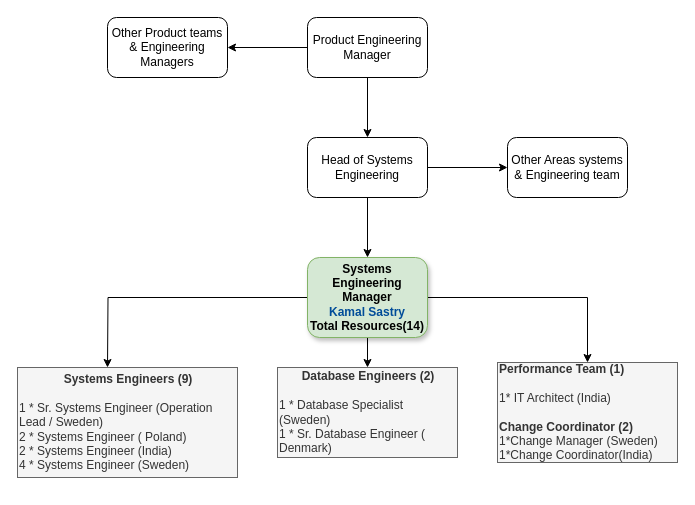
Above: Org1.drawio in chkamal2006/FlowChart (draw.io), before the change. Source tidied: cells renumbered, new cells numbered last; positions are measured from the earlier drawing's top-left corner, leaving out a move shared by most shapes. Both pictures are drawn from the tidied source at 100%, with x=0, y=0 at pixel (17, 17).
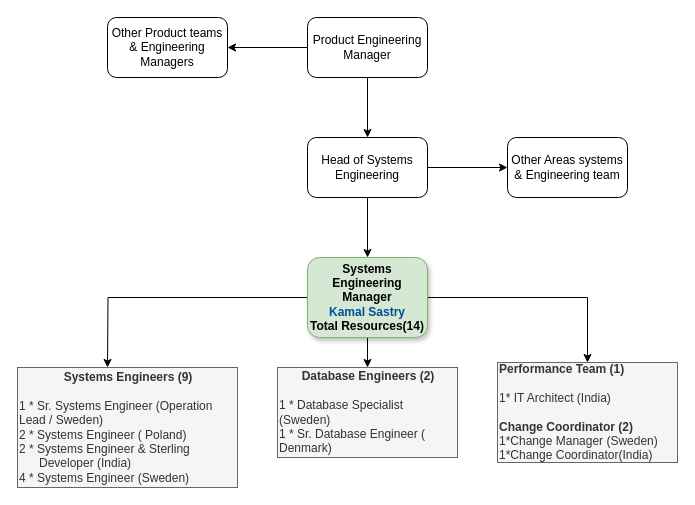
The same page after the edit.

Change to the diagram source:
```diff
@@
 <mxGraphModel>
   <root>
     <mxCell id="0" />
     <mxCell id="1" parent="0" />
     <mxCell id="2" style="edgeStyle=orthogonalEdgeStyle;rounded=0;jettySize=auto;html=1;" parent="1" edge="1" source="4" target="5">
       <mxGeometry relative="1" as="geometry" />
     </mxCell>
     <mxCell id="3" style="edgeStyle=orthogonalEdgeStyle;rounded=0;jettySize=auto;html=1;" parent="1" edge="1" source="4" target="9">
       <mxGeometry relative="1" as="geometry" />
     </mxCell>
     <mxCell id="4" value="Head of Systems Engineering" style="rounded=1;whiteSpace=wrap;html=1;" parent="1" vertex="1">
       <mxGeometry x="290" y="120" width="120" height="60" as="geometry" />
     </mxCell>
     <mxCell id="5" value="Other Areas systems &amp;amp; Engineering team" style="whiteSpace=wrap;html=1;rounded=1;" parent="1" vertex="1">
       <mxGeometry x="490" y="120" width="120" height="60" as="geometry" />
     </mxCell>
     <mxCell id="6" style="edgeStyle=orthogonalEdgeStyle;rounded=0;jettySize=auto;html=1;" parent="1" edge="1" source="9">
       <mxGeometry relative="1" as="geometry">
         <mxPoint x="90" y="350" as="targetPoint" />
       </mxGeometry>
     </mxCell>
     <mxCell id="7" style="edgeStyle=orthogonalEdgeStyle;rounded=0;jettySize=auto;html=1;" parent="1" edge="1" source="9" target="15">
       <mxGeometry relative="1" as="geometry" />
     </mxCell>
     <mxCell id="8" style="edgeStyle=orthogonalEdgeStyle;rounded=0;jettySize=auto;html=1;entryX=0.5;entryY=0;entryDx=0;entryDy=0;" parent="1" edge="1" source="9" target="16">
       <mxGeometry relative="1" as="geometry" />
     </mxCell>
     <mxCell id="9" value="&lt;b&gt;Systems Engineering Manager&lt;/b&gt;&lt;div&gt;&lt;b&gt;&lt;font color=&quot;#004c99&quot;&gt;Kamal Sastry&lt;/font&gt;&lt;/b&gt;&lt;/div&gt;&lt;div&gt;&lt;b&gt;Total Resources(14)&lt;/b&gt;&lt;/div&gt;" style="whiteSpace=wrap;html=1;rounded=1;shadow=1;fillColor=#d5e8d4;strokeColor=#82b366;" parent="1" vertex="1">
       <mxGeometry x="290" y="240" width="120" height="80" as="geometry" />
     </mxCell>
     <mxCell id="10" style="edgeStyle=orthogonalEdgeStyle;rounded=0;jettySize=auto;html=1;entryX=0.5;entryY=0;entryDx=0;entryDy=0;" parent="1" edge="1" source="12" target="4">
       <mxGeometry relative="1" as="geometry" />
     </mxCell>
     <mxCell id="11" style="edgeStyle=orthogonalEdgeStyle;rounded=0;jettySize=auto;html=1;" parent="1" edge="1" source="12" target="13">
       <mxGeometry relative="1" as="geometry" />
     </mxCell>
     <mxCell id="12" value="Product Engineering Manager" style="whiteSpace=wrap;html=1;rounded=1;" parent="1" vertex="1">
       <mxGeometry x="290" width="120" height="60" as="geometry" />
     </mxCell>
     <mxCell id="13" value="Other Product teams &amp;amp; Engineering Managers" style="whiteSpace=wrap;html=1;rounded=1;" parent="1" vertex="1">
       <mxGeometry x="90" width="120" height="60" as="geometry" />
     </mxCell>
-    <mxCell id="14" value="&lt;div style=&quot;text-align: center;&quot;&gt;&lt;b&gt;Systems Engineers (9)&lt;/b&gt;&lt;/div&gt;&lt;div style=&quot;text-align: center;&quot;&gt;&lt;b&gt;&lt;br&gt;&lt;/b&gt;&lt;/div&gt;&lt;div style=&quot;&quot;&gt;&lt;span style=&quot;background-color: initial;&quot;&gt;1 * Sr. Systems Engineer (Operation Lead / Sweden)&lt;/span&gt;&lt;/div&gt;2 * Systems Engineer ( Poland)&lt;div&gt;2 * Systems Engineer (India)&lt;/div&gt;&lt;div&gt;4 * Systems Engineer (Sweden)&lt;/div&gt;" style="text;html=1;align=left;verticalAlign=middle;whiteSpace=wrap;rounded=0;strokeColor=#666666;fillColor=#f5f5f5;fontColor=#333333;" parent="1" vertex="1">
-      <mxGeometry y="350" width="220" height="110" as="geometry" />
+    <mxCell id="14" value="&lt;div style=&quot;text-align: center;&quot;&gt;&lt;b&gt;Systems Engineers (9)&lt;/b&gt;&lt;/div&gt;&lt;div style=&quot;text-align: center;&quot;&gt;&lt;b&gt;&lt;br&gt;&lt;/b&gt;&lt;/div&gt;&lt;div style=&quot;&quot;&gt;&lt;span style=&quot;background-color: initial;&quot;&gt;1 * Sr. Systems Engineer (Operation Lead / Sweden)&lt;/span&gt;&lt;/div&gt;2 * Systems Engineer ( Poland)&lt;div&gt;2 * Systems Engineer &amp;amp; Sterling&amp;nbsp; &amp;nbsp; &amp;nbsp; &amp;nbsp; &amp;nbsp; &amp;nbsp; &amp;nbsp; &amp;nbsp; &amp;nbsp; &amp;nbsp; Developer (India)&lt;/div&gt;&lt;div&gt;4 * Systems Engineer (Sweden)&lt;/div&gt;" style="text;html=1;align=left;verticalAlign=middle;whiteSpace=wrap;rounded=0;strokeColor=#666666;fillColor=#f5f5f5;fontColor=#333333;" parent="1" vertex="1">
+      <mxGeometry y="350" width="220" height="120" as="geometry" />
     </mxCell>
     <mxCell id="15" value="&lt;div style=&quot;text-align: center;&quot;&gt;&lt;b&gt;Database Engineers (2)&lt;/b&gt;&lt;/div&gt;&lt;div style=&quot;text-align: center;&quot;&gt;&lt;b&gt;&lt;br&gt;&lt;/b&gt;&lt;/div&gt;1 * Database Specialist (Sweden)&lt;div&gt;1 * Sr. Database Engineer ( Denmark)&lt;/div&gt;" style="text;html=1;align=left;verticalAlign=middle;whiteSpace=wrap;rounded=0;strokeColor=#666666;fillColor=#f5f5f5;fontColor=#333333;" parent="1" vertex="1">
       <mxGeometry x="260" y="350" width="180" height="90" as="geometry" />
     </mxCell>
     <mxCell id="16" value="&lt;div style=&quot;&quot;&gt;&lt;b&gt;Performance Team (1)&lt;/b&gt;&lt;/div&gt;&lt;div style=&quot;text-align: center;&quot;&gt;&lt;b&gt;&lt;br&gt;&lt;/b&gt;&lt;/div&gt;&lt;div style=&quot;&quot;&gt;1* IT Architect (India)&lt;/div&gt;&lt;div style=&quot;&quot;&gt;&lt;br&gt;&lt;/div&gt;&lt;div style=&quot;&quot;&gt;&lt;b&gt;Change Coordinator (2)&lt;/b&gt;&lt;/div&gt;&lt;div style=&quot;&quot;&gt;1*Change Manager (Sweden)&lt;/div&gt;&lt;div style=&quot;&quot;&gt;1*Change Coordinator(India)&lt;/div&gt;" style="text;html=1;align=left;verticalAlign=middle;whiteSpace=wrap;rounded=0;strokeColor=#666666;fillColor=#f5f5f5;fontColor=#333333;" parent="1" vertex="1">
       <mxGeometry x="480" y="345" width="180" height="100" as="geometry" />
     </mxCell>
   </root>
 </mxGraphModel>
```
